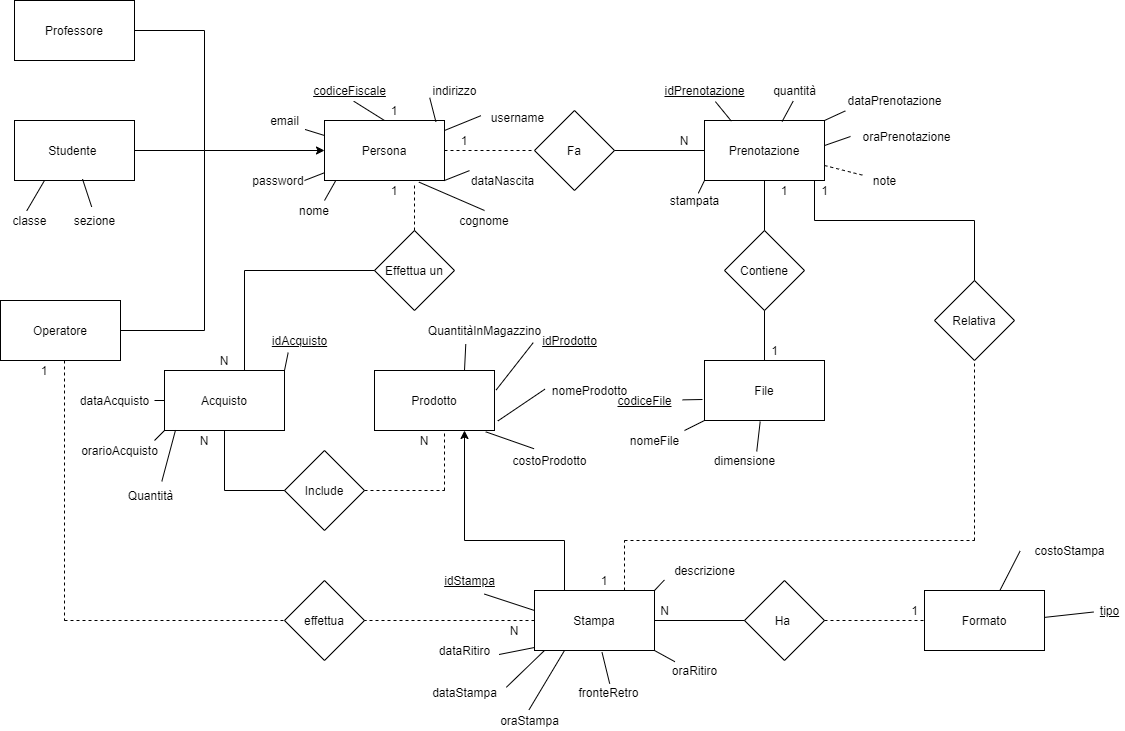
Depog/ProgettoInformatica keeps this draw.io diagram as Documentazione/Progettazione/ER .png. Above is the earlier version. Source tidied: cells renumbered, new cells last; positions are measured from the earlier drawing's top-left corner, leaving out a move shared by most shapes.
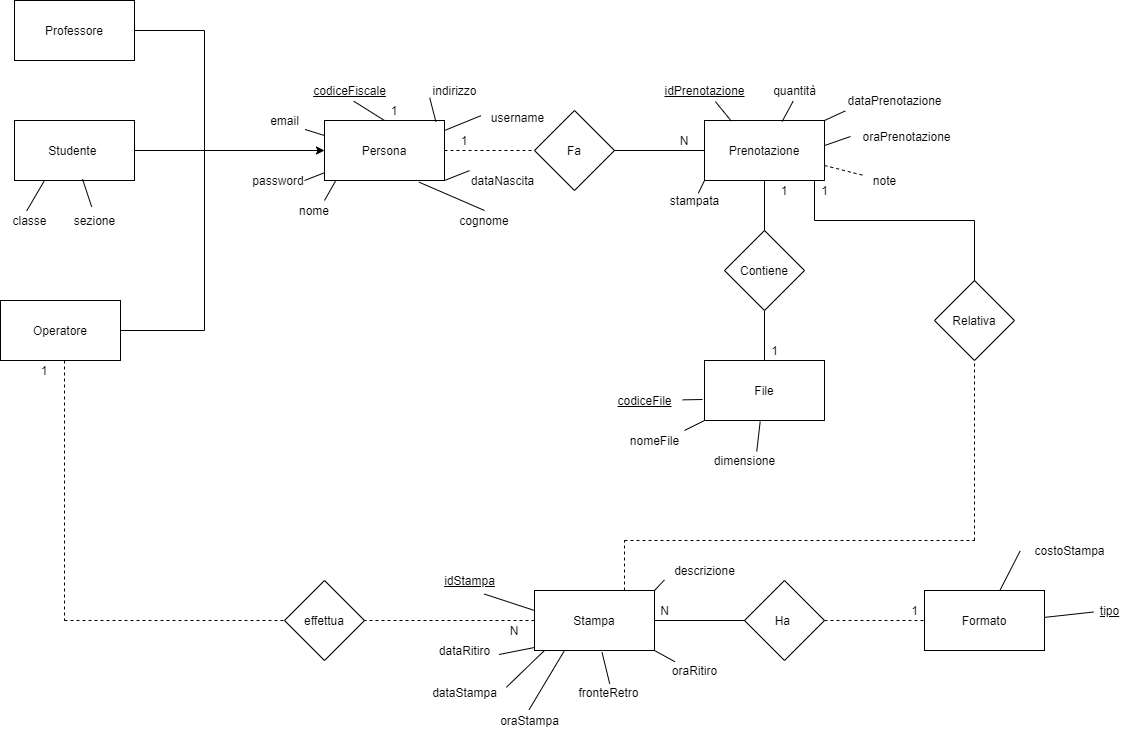
Later version of the same file.

What changed in the source:
```diff
@@ -56,21 +56,6 @@
     <mxCell id="19" value="1" style="text;html=1;strokeColor=none;fillColor=none;align=center;verticalAlign=middle;whiteSpace=wrap;rounded=0;" parent="1" vertex="1">
       <mxGeometry x="374" y="100" width="40" height="20" as="geometry" />
     </mxCell>
-    <mxCell id="20" value="Effettua un" style="rhombus;whiteSpace=wrap;html=1;" parent="1" vertex="1">
-      <mxGeometry x="374" y="230" width="80" height="80" as="geometry" />
-    </mxCell>
-    <mxCell id="21" value="Prodotto" style="rounded=0;whiteSpace=wrap;html=1;" parent="1" vertex="1">
-      <mxGeometry x="374" y="370" width="120" height="60" as="geometry" />
-    </mxCell>
-    <mxCell id="22" style="endArrow=none;dashed=1;html=1;entryX=1;entryY=0.25;entryDx=0;entryDy=0;exitX=0.5;exitY=0;exitDx=0;exitDy=0;" parent="1" edge="1" source="20" target="24">
-      <mxGeometry relative="1" as="geometry" />
-    </mxCell>
-    <mxCell id="23" value="N" style="text;html=1;strokeColor=none;fillColor=none;align=center;verticalAlign=middle;whiteSpace=wrap;rounded=0;" parent="1" vertex="1">
-      <mxGeometry x="204" y="350" width="40" height="20" as="geometry" />
-    </mxCell>
-    <mxCell id="24" value="1" style="text;html=1;strokeColor=none;fillColor=none;align=center;verticalAlign=middle;whiteSpace=wrap;rounded=0;" parent="1" vertex="1">
-      <mxGeometry x="374" y="180" width="40" height="20" as="geometry" />
-    </mxCell>
     <mxCell id="25" value="Studente&amp;nbsp;" style="rounded=0;whiteSpace=wrap;html=1;" parent="1" vertex="1">
       <mxGeometry x="14" y="120" width="120" height="60" as="geometry" />
     </mxCell>
@@ -191,24 +176,6 @@
     <mxCell id="59" style="endArrow=none;html=1;entryX=-0.035;entryY=0.576;entryDx=0;entryDy=0;entryPerimeter=0;exitX=1.001;exitY=0.448;exitDx=0;exitDy=0;exitPerimeter=0;" parent="1" edge="1" source="9" target="58">
       <mxGeometry relative="1" as="geometry" />
     </mxCell>
-    <mxCell id="60" value="&lt;u&gt;idProdotto&lt;/u&gt;" style="text;html=1;align=center;verticalAlign=middle;points=[];" parent="1" vertex="1">
-      <mxGeometry x="534" y="330" width="70" height="20" as="geometry" />
-    </mxCell>
-    <mxCell id="61" value="nomeProdotto" style="text;html=1;align=center;verticalAlign=middle;points=[];" parent="1" vertex="1">
-      <mxGeometry x="544" y="380" width="90" height="20" as="geometry" />
-    </mxCell>
-    <mxCell id="62" value="costoProdotto" style="text;html=1;align=center;verticalAlign=middle;points=[];" parent="1" vertex="1">
-      <mxGeometry x="504" y="450" width="90" height="20" as="geometry" />
-    </mxCell>
-    <mxCell id="63" style="endArrow=none;html=1;entryX=-0.018;entryY=0.607;entryDx=0;entryDy=0;entryPerimeter=0;exitX=1.014;exitY=0.324;exitDx=0;exitDy=0;exitPerimeter=0;" parent="1" edge="1" source="21" target="60">
-      <mxGeometry relative="1" as="geometry" />
-    </mxCell>
-    <mxCell id="64" style="endArrow=none;html=1;entryX=0.004;entryY=0.436;entryDx=0;entryDy=0;entryPerimeter=0;exitX=1.028;exitY=0.841;exitDx=0;exitDy=0;exitPerimeter=0;" parent="1" edge="1" source="21" target="61">
-      <mxGeometry relative="1" as="geometry" />
-    </mxCell>
-    <mxCell id="65" style="endArrow=none;html=1;entryX=0.927;entryY=1.022;entryDx=0;entryDy=0;entryPerimeter=0;exitX=0.328;exitY=-0.088;exitDx=0;exitDy=0;exitPerimeter=0;" parent="1" edge="1" source="62" target="21">
-      <mxGeometry relative="1" as="geometry" />
-    </mxCell>
     <mxCell id="66" value="Professore" style="rounded=0;whiteSpace=wrap;html=1;" parent="1" vertex="1">
       <mxGeometry x="14" width="120" height="60" as="geometry" />
     </mxCell>
@@ -263,77 +230,6 @@
     <mxCell id="79" style="endArrow=none;html=1;entryX=-0.023;entryY=0.41;entryDx=0;entryDy=0;entryPerimeter=0;exitX=0;exitY=0;exitDx=0;exitDy=0;" parent="1" edge="1" source="18" target="78">
       <mxGeometry relative="1" as="geometry" />
     </mxCell>
-    <mxCell id="80" value="Acquisto" style="rounded=0;whiteSpace=wrap;html=1;" parent="1" vertex="1">
-      <mxGeometry x="164" y="370" width="120" height="60" as="geometry" />
-    </mxCell>
-    <mxCell id="81" style="endArrow=none;html=1;entryX=0;entryY=0.5;entryDx=0;entryDy=0;" parent="1" edge="1" target="20">
-      <mxGeometry relative="1" as="geometry">
-        <mxPoint x="244" y="270" as="sourcePoint" />
-      </mxGeometry>
-    </mxCell>
-    <mxCell id="82" style="endArrow=none;html=1;" parent="1" edge="1">
-      <mxGeometry relative="1" as="geometry">
-        <mxPoint x="244" y="370" as="sourcePoint" />
-        <mxPoint x="244" y="270" as="targetPoint" />
-      </mxGeometry>
-    </mxCell>
-    <mxCell id="83" value="Include" style="rhombus;whiteSpace=wrap;html=1;" parent="1" vertex="1">
-      <mxGeometry x="284" y="450" width="80" height="80" as="geometry" />
-    </mxCell>
-    <mxCell id="84" style="endArrow=none;html=1;entryX=0.5;entryY=1;entryDx=0;entryDy=0;" parent="1" edge="1" target="80">
-      <mxGeometry relative="1" as="geometry">
-        <mxPoint x="224" y="490" as="sourcePoint" />
-      </mxGeometry>
-    </mxCell>
-    <mxCell id="85" style="endArrow=none;html=1;entryX=0;entryY=0.5;entryDx=0;entryDy=0;" parent="1" edge="1" target="83">
-      <mxGeometry relative="1" as="geometry">
-        <mxPoint x="224" y="490" as="sourcePoint" />
-      </mxGeometry>
-    </mxCell>
-    <mxCell id="86" value="N" style="text;html=1;strokeColor=none;fillColor=none;align=center;verticalAlign=middle;whiteSpace=wrap;rounded=0;" parent="1" vertex="1">
-      <mxGeometry x="404" y="430" width="40" height="20" as="geometry" />
-    </mxCell>
-    <mxCell id="87" value="N" style="text;html=1;strokeColor=none;fillColor=none;align=center;verticalAlign=middle;whiteSpace=wrap;rounded=0;" parent="1" vertex="1">
-      <mxGeometry x="184" y="430" width="40" height="20" as="geometry" />
-    </mxCell>
-    <mxCell id="88" value="&lt;u&gt;idAcquisto&lt;/u&gt;" style="text;html=1;align=center;verticalAlign=middle;points=[];" parent="1" vertex="1">
-      <mxGeometry x="264" y="330" width="70" height="20" as="geometry" />
-    </mxCell>
-    <mxCell id="89" style="endArrow=none;html=1;entryX=0.338;entryY=1.108;entryDx=0;entryDy=0;entryPerimeter=0;exitX=1;exitY=0;exitDx=0;exitDy=0;" parent="1" edge="1" source="80" target="88">
-      <mxGeometry relative="1" as="geometry" />
-    </mxCell>
-    <mxCell id="90" value="dataAcquisto" style="text;html=1;align=center;verticalAlign=middle;" parent="1" vertex="1">
-      <mxGeometry x="74" y="390" width="80" height="20" as="geometry" />
-    </mxCell>
-    <mxCell id="91" style="endArrow=none;html=1;entryX=0;entryY=0.5;entryDx=0;entryDy=0;" parent="1" edge="1" target="80">
-      <mxGeometry relative="1" as="geometry">
-        <mxPoint x="154" y="400" as="sourcePoint" />
-      </mxGeometry>
-    </mxCell>
-    <mxCell id="92" value="orarioAcquisto" style="text;html=1;align=center;verticalAlign=middle;" parent="1" vertex="1">
-      <mxGeometry x="74" y="440" width="90" height="20" as="geometry" />
-    </mxCell>
-    <mxCell id="93" style="endArrow=none;html=1;entryX=0;entryY=1;entryDx=0;entryDy=0;" parent="1" edge="1" target="80">
-      <mxGeometry relative="1" as="geometry">
-        <mxPoint x="154" y="440" as="sourcePoint" />
-      </mxGeometry>
-    </mxCell>
-    <mxCell id="94" value="Quantità" style="text;html=1;align=center;verticalAlign=middle;points=[];" parent="1" vertex="1">
-      <mxGeometry x="120" y="485" width="60" height="20" as="geometry" />
-    </mxCell>
-    <mxCell id="95" style="endArrow=none;html=1;entryX=0.092;entryY=0.992;entryDx=0;entryDy=0;entryPerimeter=0;exitX=0.689;exitY=-0.208;exitDx=0;exitDy=0;exitPerimeter=0;" parent="1" edge="1" source="94" target="80">
-      <mxGeometry relative="1" as="geometry" />
-    </mxCell>
-    <mxCell id="96" style="endArrow=none;dashed=1;html=1;entryX=1;entryY=0;entryDx=0;entryDy=0;" parent="1" edge="1" target="86">
-      <mxGeometry relative="1" as="geometry">
-        <mxPoint x="444" y="490" as="sourcePoint" />
-      </mxGeometry>
-    </mxCell>
-    <mxCell id="97" style="endArrow=none;dashed=1;html=1;exitX=1;exitY=0.5;exitDx=0;exitDy=0;" parent="1" edge="1" source="83">
-      <mxGeometry relative="1" as="geometry">
-        <mxPoint x="444" y="490" as="targetPoint" />
-      </mxGeometry>
-    </mxCell>
     <mxCell id="98" value="&lt;u&gt;codiceFiscale&lt;/u&gt;" style="text;html=1;align=center;verticalAlign=middle;" parent="1" vertex="1">
       <mxGeometry x="304" y="80" width="90" height="20" as="geometry" />
     </mxCell>
@@ -345,22 +241,6 @@
         <mxPoint x="534" y="620" as="sourcePoint" />
       </mxGeometry>
     </mxCell>
-    <mxCell id="101" style="endArrow=none;html=1;fontFamily=Helvetica;fontSize=11;fontColor=#000000;align=center;strokeColor=#000000;entryX=0.25;entryY=0;entryDx=0;entryDy=0;" parent="1" edge="1" target="10">
-      <mxGeometry relative="1" as="geometry">
-        <mxPoint x="564" y="540" as="sourcePoint" />
-      </mxGeometry>
-    </mxCell>
-    <mxCell id="102" style="endArrow=none;html=1;" parent="1" edge="1">
-      <mxGeometry relative="1" as="geometry">
-        <mxPoint x="464" y="540" as="sourcePoint" />
-        <mxPoint x="564" y="540" as="targetPoint" />
-      </mxGeometry>
-    </mxCell>
-    <mxCell id="103" style="endArrow=classic;html=1;entryX=0.75;entryY=1;entryDx=0;entryDy=0;" parent="1" edge="1" target="21">
-      <mxGeometry relative="1" as="geometry">
-        <mxPoint x="464" y="540" as="sourcePoint" />
-      </mxGeometry>
-    </mxCell>
     <mxCell id="104" style="endArrow=none;html=1;entryX=0;entryY=0.5;entryDx=0;entryDy=0;exitX=1;exitY=0.5;exitDx=0;exitDy=0;" parent="1" edge="1" source="10" target="8">
       <mxGeometry relative="1" as="geometry" />
     </mxCell>
@@ -373,9 +253,6 @@
     <mxCell id="107" value="N" style="text;html=1;align=center;verticalAlign=middle;" parent="1" vertex="1">
       <mxGeometry x="654" y="600" width="20" height="20" as="geometry" />
     </mxCell>
-    <mxCell id="108" value="1" style="text;html=1;strokeColor=none;fillColor=none;align=center;verticalAlign=middle;whiteSpace=wrap;rounded=0;" parent="1" vertex="1">
-      <mxGeometry x="584" y="570" width="40" height="20" as="geometry" />
-    </mxCell>
     <mxCell id="109" value="fronteRetro" style="text;html=1;align=center;verticalAlign=middle;points=[];" parent="1" vertex="1">
       <mxGeometry x="568" y="682" width="80" height="20" as="geometry" />
     </mxCell>
@@ -473,11 +350,5 @@
     <mxCell id="134" style="endArrow=none;dashed=1;html=1;exitX=1;exitY=0.75;exitDx=0;exitDy=0;entryX=0.012;entryY=0.264;entryDx=0;entryDy=0;entryPerimeter=0;" parent="1" edge="1" source="2" target="133">
       <mxGeometry relative="1" as="geometry" />
     </mxCell>
-    <mxCell id="135" value="QuantitàInMagazzino" style="text;html=1;align=center;verticalAlign=middle;points=[];" parent="1" vertex="1">
-      <mxGeometry x="419" y="320" width="130" height="20" as="geometry" />
-    </mxCell>
-    <mxCell id="136" style="endArrow=none;html=1;entryX=0.75;entryY=0;entryDx=0;entryDy=0;exitX=0.356;exitY=1.183;exitDx=0;exitDy=0;exitPerimeter=0;" parent="1" edge="1" source="135" target="21">
-      <mxGeometry relative="1" as="geometry" />
-    </mxCell>
   </root>
 </mxGraphModel>
```
